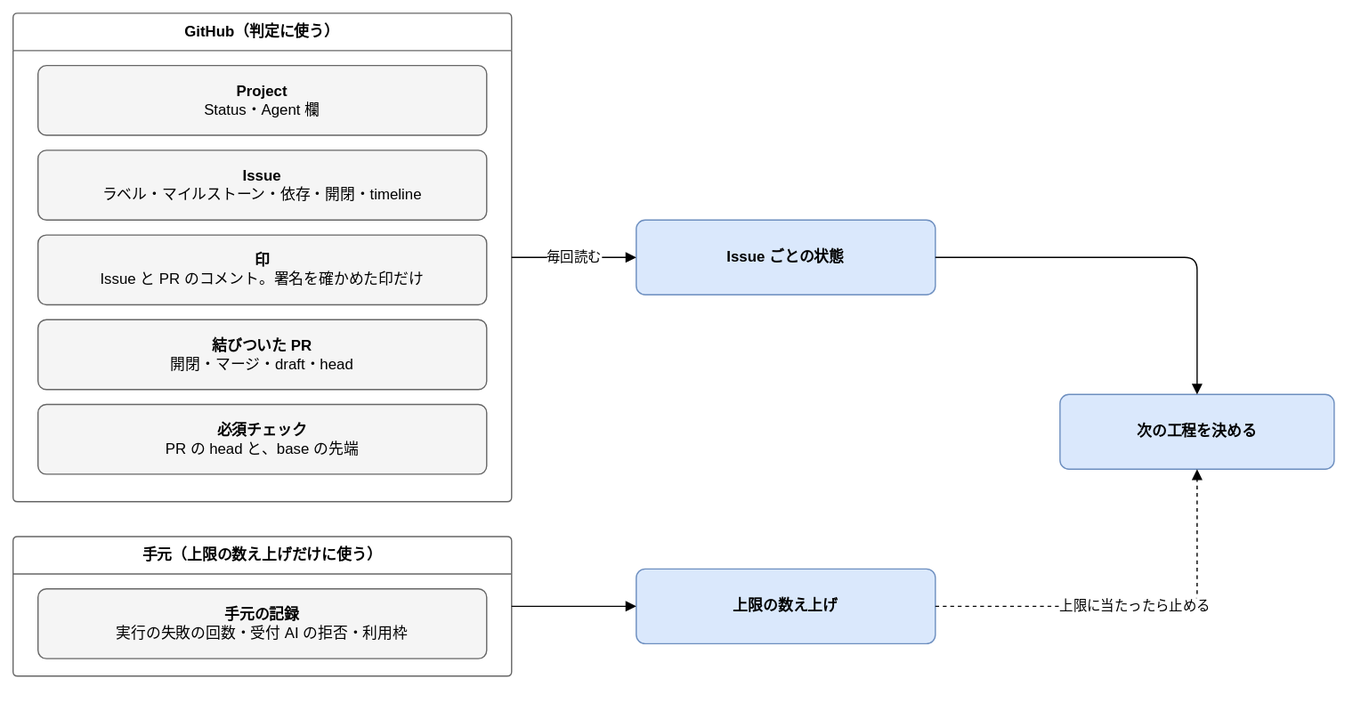
Earlier version of the draw.io export docs/design/basic/diagrams/02-state-assembly.drawio.svg (Joymerrevent/dev-autopilot). Source tidied: cells renumbered, new cells last; positions are measured from the earlier drawing's top-left corner, leaving out a move shared by most shapes. Source of this version:
```xml
<mxGraphModel background="#ffffff">
  <root>
    <mxCell id="0" />
    <mxCell id="1" parent="0" />
    <mxCell id="2" value="GitHub（判定に使う）" style="swimlane;startSize=30;html=1;whiteSpace=wrap;rounded=1;arcSize=4;fontStyle=1;fontSize=12;strokeColor=#666666;fillColor=none;swimlaneFillColor=none;" parent="1" vertex="1">
      <mxGeometry width="400" height="392" as="geometry" />
    </mxCell>
    <mxCell id="3" value="&lt;b&gt;Project&lt;/b&gt;&lt;br&gt;Status・Agent 欄" style="rounded=1;whiteSpace=wrap;html=1;fontSize=12;arcSize=12;spacing=12;fillColor=#f5f5f5;strokeColor=#666666;" parent="2" vertex="1">
      <mxGeometry x="20" y="42" width="360" height="56" as="geometry" />
    </mxCell>
    <mxCell id="4" value="&lt;b&gt;Issue&lt;/b&gt;&lt;br&gt;ラベル・マイルストーン・依存・開閉・timeline" style="rounded=1;whiteSpace=wrap;html=1;fontSize=12;arcSize=12;spacing=12;fillColor=#f5f5f5;strokeColor=#666666;" parent="2" vertex="1">
      <mxGeometry x="20" y="110" width="360" height="56" as="geometry" />
    </mxCell>
    <mxCell id="5" value="&lt;b&gt;印&lt;/b&gt;&lt;br&gt;Issue と PR のコメント。署名を確かめた印だけ" style="rounded=1;whiteSpace=wrap;html=1;fontSize=12;arcSize=12;spacing=12;fillColor=#f5f5f5;strokeColor=#666666;" parent="2" vertex="1">
      <mxGeometry x="20" y="178" width="360" height="56" as="geometry" />
    </mxCell>
    <mxCell id="6" value="&lt;b&gt;結びついた PR&lt;/b&gt;&lt;br&gt;開閉・マージ・draft・head" style="rounded=1;whiteSpace=wrap;html=1;fontSize=12;arcSize=12;spacing=12;fillColor=#f5f5f5;strokeColor=#666666;" parent="2" vertex="1">
      <mxGeometry x="20" y="246" width="360" height="56" as="geometry" />
    </mxCell>
    <mxCell id="7" value="&lt;b&gt;必須チェック&lt;/b&gt;&lt;br&gt;PR の head と、base の先端" style="rounded=1;whiteSpace=wrap;html=1;fontSize=12;arcSize=12;spacing=12;fillColor=#f5f5f5;strokeColor=#666666;" parent="2" vertex="1">
      <mxGeometry x="20" y="314" width="360" height="56" as="geometry" />
    </mxCell>
    <mxCell id="8" value="手元（上限の数え上げだけに使う）" style="swimlane;startSize=30;html=1;whiteSpace=wrap;rounded=1;arcSize=4;fontStyle=1;fontSize=12;strokeColor=#666666;fillColor=none;swimlaneFillColor=none;" parent="1" vertex="1">
      <mxGeometry y="420" width="400" height="112" as="geometry" />
    </mxCell>
    <mxCell id="9" value="&lt;b&gt;手元の記録&lt;/b&gt;&lt;br&gt;実行の失敗の回数・受付 AI の拒否・利用枠" style="rounded=1;whiteSpace=wrap;html=1;fontSize=12;arcSize=12;spacing=12;fillColor=#f5f5f5;strokeColor=#666666;" parent="8" vertex="1">
      <mxGeometry x="20" y="42" width="360" height="56" as="geometry" />
    </mxCell>
    <mxCell id="10" value="&lt;b&gt;Issue ごとの状態&lt;/b&gt;" style="rounded=1;whiteSpace=wrap;html=1;fontSize=12;arcSize=12;spacing=12;fillColor=#dae8fc;strokeColor=#6c8ebf;" parent="1" vertex="1">
      <mxGeometry x="500" y="166" width="240" height="60" as="geometry" />
    </mxCell>
    <mxCell id="11" value="&lt;b&gt;上限の数え上げ&lt;/b&gt;" style="rounded=1;whiteSpace=wrap;html=1;fontSize=12;arcSize=12;spacing=12;fillColor=#dae8fc;strokeColor=#6c8ebf;" parent="1" vertex="1">
      <mxGeometry x="500" y="446" width="240" height="60" as="geometry" />
    </mxCell>
    <mxCell id="12" value="&lt;b&gt;次の工程を決める&lt;/b&gt;" style="rounded=1;whiteSpace=wrap;html=1;fontSize=12;arcSize=12;spacing=12;fillColor=#dae8fc;strokeColor=#6c8ebf;" parent="1" vertex="1">
      <mxGeometry x="840" y="306" width="220" height="60" as="geometry" />
    </mxCell>
    <mxCell id="13" value="毎回読む" style="edgeStyle=orthogonalEdgeStyle;rounded=1;html=1;endArrow=block;endFill=1;fontSize=11;labelBackgroundColor=#ffffff;exitX=1;exitY=0.5;exitDx=0;exitDy=0;entryX=0;entryY=0.5;entryDx=0;entryDy=0;" parent="1" edge="1" source="2" target="10">
      <mxGeometry relative="1" as="geometry" />
    </mxCell>
    <mxCell id="14" style="edgeStyle=orthogonalEdgeStyle;rounded=1;html=1;endArrow=block;endFill=1;fontSize=11;labelBackgroundColor=#ffffff;exitX=1;exitY=0.5;exitDx=0;exitDy=0;entryX=0;entryY=0.5;entryDx=0;entryDy=0;" parent="1" edge="1" source="8" target="11">
      <mxGeometry relative="1" as="geometry" />
    </mxCell>
    <mxCell id="15" style="edgeStyle=orthogonalEdgeStyle;rounded=1;html=1;endArrow=block;endFill=1;fontSize=11;labelBackgroundColor=#ffffff;exitX=1;exitY=0.5;exitDx=0;exitDy=0;entryX=0.5;entryY=0;entryDx=0;entryDy=0;" parent="1" edge="1" source="10" target="12">
      <mxGeometry relative="1" as="geometry" />
    </mxCell>
    <mxCell id="16" value="上限に当たったら止める" style="edgeStyle=orthogonalEdgeStyle;rounded=1;html=1;endArrow=block;endFill=1;fontSize=11;labelBackgroundColor=#ffffff;dashed=1;exitX=1;exitY=0.5;exitDx=0;exitDy=0;entryX=0.5;entryY=1;entryDx=0;entryDy=0;" parent="1" edge="1" source="11" target="12">
      <mxGeometry relative="1" as="geometry" />
    </mxCell>
  </root>
</mxGraphModel>
```
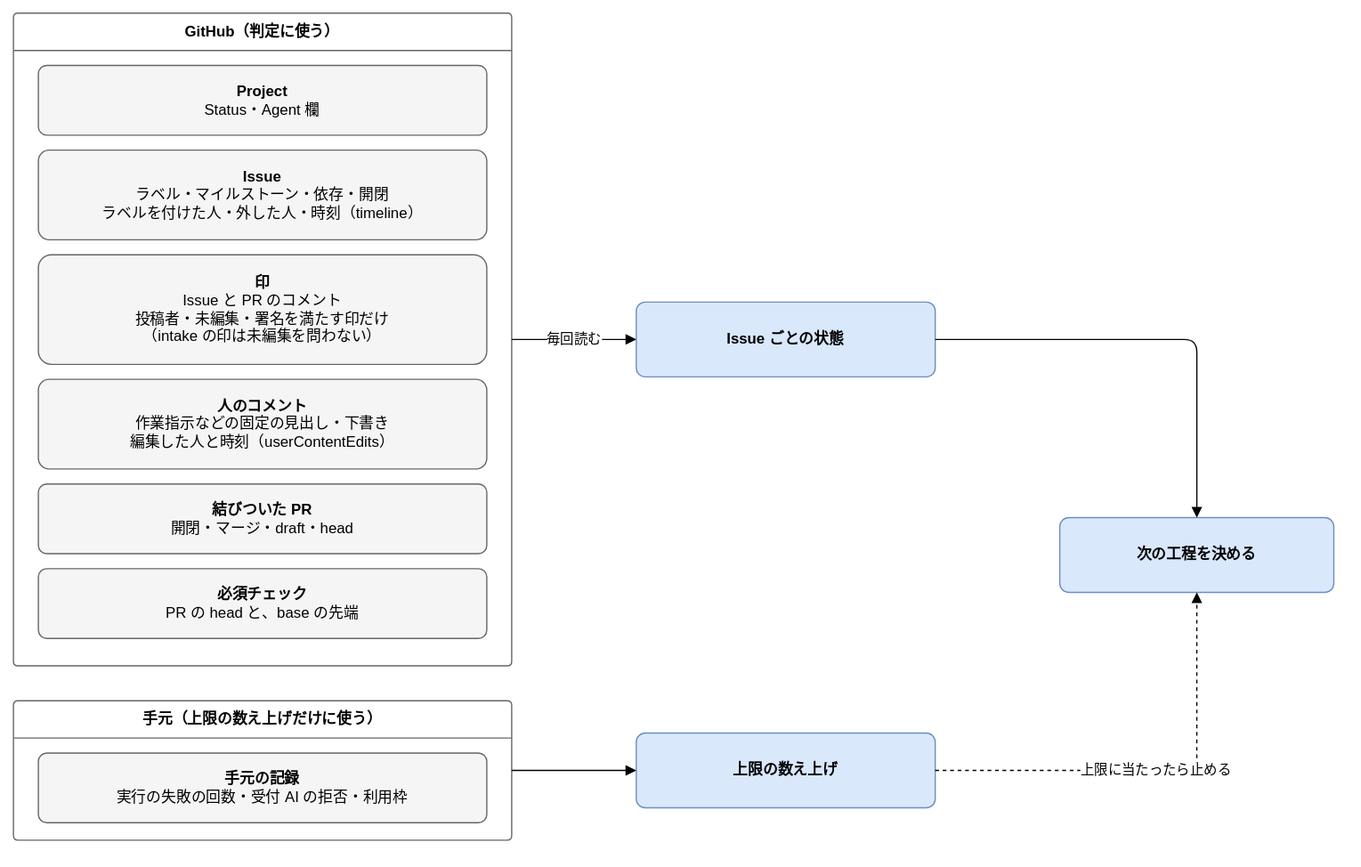
The same diagram one commit later.

The edit, as a diff of the source:
```diff
@@ -3,37 +3,40 @@
     <mxCell id="0" />
     <mxCell id="1" parent="0" />
     <mxCell id="2" value="GitHub（判定に使う）" style="swimlane;startSize=30;html=1;whiteSpace=wrap;rounded=1;arcSize=4;fontStyle=1;fontSize=12;strokeColor=#666666;fillColor=none;swimlaneFillColor=none;" parent="1" vertex="1">
-      <mxGeometry width="400" height="392" as="geometry" />
+      <mxGeometry width="400" height="524" as="geometry" />
     </mxCell>
     <mxCell id="3" value="&lt;b&gt;Project&lt;/b&gt;&lt;br&gt;Status・Agent 欄" style="rounded=1;whiteSpace=wrap;html=1;fontSize=12;arcSize=12;spacing=12;fillColor=#f5f5f5;strokeColor=#666666;" parent="2" vertex="1">
       <mxGeometry x="20" y="42" width="360" height="56" as="geometry" />
     </mxCell>
-    <mxCell id="4" value="&lt;b&gt;Issue&lt;/b&gt;&lt;br&gt;ラベル・マイルストーン・依存・開閉・timeline" style="rounded=1;whiteSpace=wrap;html=1;fontSize=12;arcSize=12;spacing=12;fillColor=#f5f5f5;strokeColor=#666666;" parent="2" vertex="1">
-      <mxGeometry x="20" y="110" width="360" height="56" as="geometry" />
+    <mxCell id="4" value="&lt;b&gt;Issue&lt;/b&gt;&lt;br&gt;ラベル・マイルストーン・依存・開閉&lt;br&gt;ラベルを付けた人・外した人・時刻（timeline）" style="rounded=1;whiteSpace=wrap;html=1;fontSize=12;arcSize=12;spacing=12;fillColor=#f5f5f5;strokeColor=#666666;" parent="2" vertex="1">
+      <mxGeometry x="20" y="110" width="360" height="72" as="geometry" />
     </mxCell>
-    <mxCell id="5" value="&lt;b&gt;印&lt;/b&gt;&lt;br&gt;Issue と PR のコメント。署名を確かめた印だけ" style="rounded=1;whiteSpace=wrap;html=1;fontSize=12;arcSize=12;spacing=12;fillColor=#f5f5f5;strokeColor=#666666;" parent="2" vertex="1">
-      <mxGeometry x="20" y="178" width="360" height="56" as="geometry" />
+    <mxCell id="5" value="&lt;b&gt;印&lt;/b&gt;&lt;br&gt;Issue と PR のコメント&lt;br&gt;投稿者・未編集・署名を満たす印だけ&lt;br&gt;（intake の印は未編集を問わない）" style="rounded=1;whiteSpace=wrap;html=1;fontSize=12;arcSize=12;spacing=12;fillColor=#f5f5f5;strokeColor=#666666;" parent="2" vertex="1">
+      <mxGeometry x="20" y="194" width="360" height="88" as="geometry" />
     </mxCell>
+    <mxCell id="17" value="&lt;b&gt;人のコメント&lt;/b&gt;&lt;br&gt;作業指示などの固定の見出し・下書き&lt;br&gt;編集した人と時刻（userContentEdits）" style="rounded=1;whiteSpace=wrap;html=1;fontSize=12;arcSize=12;spacing=12;fillColor=#f5f5f5;strokeColor=#666666;" parent="2" vertex="1">
+      <mxGeometry x="20" y="294" width="360" height="72" as="geometry" />
+    </mxCell>
     <mxCell id="6" value="&lt;b&gt;結びついた PR&lt;/b&gt;&lt;br&gt;開閉・マージ・draft・head" style="rounded=1;whiteSpace=wrap;html=1;fontSize=12;arcSize=12;spacing=12;fillColor=#f5f5f5;strokeColor=#666666;" parent="2" vertex="1">
-      <mxGeometry x="20" y="246" width="360" height="56" as="geometry" />
+      <mxGeometry x="20" y="378" width="360" height="56" as="geometry" />
     </mxCell>
     <mxCell id="7" value="&lt;b&gt;必須チェック&lt;/b&gt;&lt;br&gt;PR の head と、base の先端" style="rounded=1;whiteSpace=wrap;html=1;fontSize=12;arcSize=12;spacing=12;fillColor=#f5f5f5;strokeColor=#666666;" parent="2" vertex="1">
-      <mxGeometry x="20" y="314" width="360" height="56" as="geometry" />
+      <mxGeometry x="20" y="446" width="360" height="56" as="geometry" />
     </mxCell>
     <mxCell id="8" value="手元（上限の数え上げだけに使う）" style="swimlane;startSize=30;html=1;whiteSpace=wrap;rounded=1;arcSize=4;fontStyle=1;fontSize=12;strokeColor=#666666;fillColor=none;swimlaneFillColor=none;" parent="1" vertex="1">
-      <mxGeometry y="420" width="400" height="112" as="geometry" />
+      <mxGeometry y="552" width="400" height="112" as="geometry" />
     </mxCell>
     <mxCell id="9" value="&lt;b&gt;手元の記録&lt;/b&gt;&lt;br&gt;実行の失敗の回数・受付 AI の拒否・利用枠" style="rounded=1;whiteSpace=wrap;html=1;fontSize=12;arcSize=12;spacing=12;fillColor=#f5f5f5;strokeColor=#666666;" parent="8" vertex="1">
       <mxGeometry x="20" y="42" width="360" height="56" as="geometry" />
     </mxCell>
     <mxCell id="10" value="&lt;b&gt;Issue ごとの状態&lt;/b&gt;" style="rounded=1;whiteSpace=wrap;html=1;fontSize=12;arcSize=12;spacing=12;fillColor=#dae8fc;strokeColor=#6c8ebf;" parent="1" vertex="1">
-      <mxGeometry x="500" y="166" width="240" height="60" as="geometry" />
+      <mxGeometry x="500" y="232" width="240" height="60" as="geometry" />
     </mxCell>
     <mxCell id="11" value="&lt;b&gt;上限の数え上げ&lt;/b&gt;" style="rounded=1;whiteSpace=wrap;html=1;fontSize=12;arcSize=12;spacing=12;fillColor=#dae8fc;strokeColor=#6c8ebf;" parent="1" vertex="1">
-      <mxGeometry x="500" y="446" width="240" height="60" as="geometry" />
+      <mxGeometry x="500" y="578" width="240" height="60" as="geometry" />
     </mxCell>
     <mxCell id="12" value="&lt;b&gt;次の工程を決める&lt;/b&gt;" style="rounded=1;whiteSpace=wrap;html=1;fontSize=12;arcSize=12;spacing=12;fillColor=#dae8fc;strokeColor=#6c8ebf;" parent="1" vertex="1">
-      <mxGeometry x="840" y="306" width="220" height="60" as="geometry" />
+      <mxGeometry x="840" y="405" width="220" height="60" as="geometry" />
     </mxCell>
     <mxCell id="13" value="毎回読む" style="edgeStyle=orthogonalEdgeStyle;rounded=1;html=1;endArrow=block;endFill=1;fontSize=11;labelBackgroundColor=#ffffff;exitX=1;exitY=0.5;exitDx=0;exitDy=0;entryX=0;entryY=0.5;entryDx=0;entryDy=0;" parent="1" edge="1" source="2" target="10">
       <mxGeometry relative="1" as="geometry" />
```
